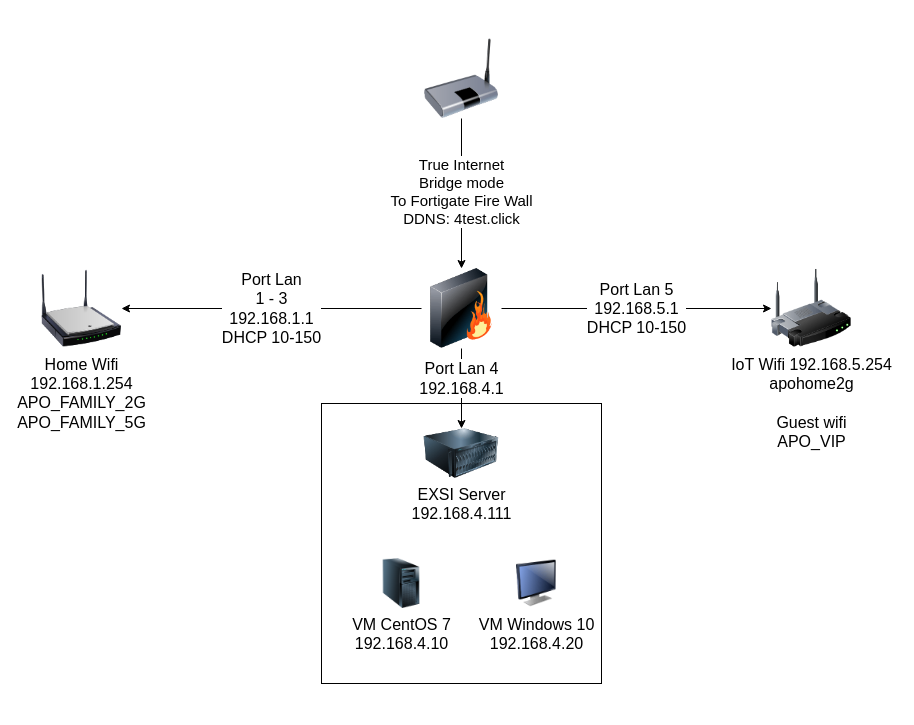
Earlier version of the draw.io diagram network.drawio (armkiti/testgit). Source tidied: cells renumbered, new cells numbered last; positions are measured from the earlier drawing's top-left corner, leaving out a move shared by most shapes. Both pictures are drawn from the tidied source at 100%, with x=0, y=0 at pixel (41, 38).
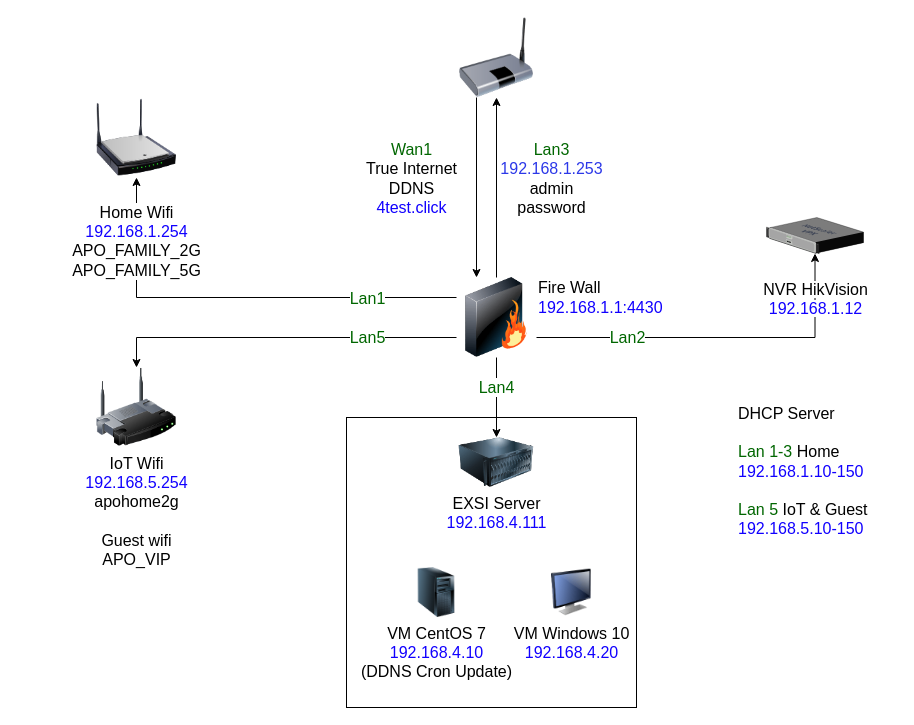
After the change.

The edit, as a diff of the source:
```diff
@@
 <mxGraphModel>
   <root>
     <mxCell id="0" />
     <mxCell id="1" parent="0" />
     <mxCell id="2" style="whiteSpace=wrap;html=1;fillColor=none;fontSize=16;" parent="1" vertex="1">
-      <mxGeometry x="280" y="365" width="280" height="280" as="geometry" />
+      <mxGeometry x="305" y="379" width="290" height="290" as="geometry" />
     </mxCell>
-    <mxCell id="3" value="&lt;font style=&quot;font-size: 16px;&quot;&gt;Port Lan &lt;br style=&quot;font-size: 16px;&quot;&gt;1 - 3&lt;br style=&quot;font-size: 16px;&quot;&gt;192.168.1.1&lt;br style=&quot;font-size: 16px;&quot;&gt;DHCP 10-150&lt;/font&gt;" style="edgeStyle=orthogonalEdgeStyle;rounded=0;jettySize=auto;html=1;fontSize=16;" parent="1" edge="1" source="6" target="9">
+    <mxCell id="3" style="edgeStyle=orthogonalEdgeStyle;rounded=0;jettySize=auto;html=1;fontSize=16;exitX=0;exitY=0.25;exitDx=0;exitDy=0;" parent="1" edge="1" source="6" target="9">
       <mxGeometry relative="1" as="geometry" />
     </mxCell>
+    <mxCell id="14" value="Lan1" style="edgeLabel;html=1;align=center;verticalAlign=middle;fontSize=16;fontColor=#006600;" parent="3" vertex="1">
+      <mxGeometry x="-0.1" y="1" relative="1" as="geometry">
+        <mxPoint x="108" y="-1" as="offset" />
+      </mxGeometry>
+    </mxCell>
-    <mxCell id="4" value="Port Lan 4&lt;br style=&quot;font-size: 16px;&quot;&gt;192.168.4.1" style="edgeStyle=none;rounded=0;jettySize=auto;html=1;fontSize=16;" parent="1" edge="1" source="6" target="10">
+    <mxCell id="4" value="&lt;font color=&quot;#006600&quot;&gt;Lan4&lt;br&gt;&lt;/font&gt;" style="edgeStyle=none;rounded=0;jettySize=auto;html=1;fontSize=16;" parent="1" edge="1" source="6" target="10">
       <mxGeometry x="-0.25" relative="1" as="geometry" />
     </mxCell>
+    <mxCell id="15" value="Lan2" style="edgeStyle=orthogonalEdgeStyle;rounded=0;jettySize=auto;html=1;exitX=1;exitY=0.75;exitDx=0;exitDy=0;fontSize=16;fontColor=#006600;" parent="1" edge="1" source="6" target="17">
+      <mxGeometry x="-0.5" relative="1" as="geometry" />
+    </mxCell>
+    <mxCell id="16" value="&lt;font color=&quot;#006600&quot;&gt;Lan3&lt;/font&gt;&lt;br&gt;&lt;font color=&quot;#2c38e8&quot;&gt;192.168.1.253&lt;/font&gt;&lt;br&gt;admin&lt;br&gt;password" style="edgeStyle=orthogonalEdgeStyle;rounded=0;jettySize=auto;html=1;exitX=0.5;exitY=0;exitDx=0;exitDy=0;entryX=0.5;entryY=1;entryDx=0;entryDy=0;fontSize=16;" parent="1" edge="1" source="6" target="8">
+      <mxGeometry x="0.1" y="-55" relative="1" as="geometry" />
+    </mxCell>
-    <mxCell id="5" value="Port Lan 5&lt;br style=&quot;font-size: 16px;&quot;&gt;192.168.5.1&lt;br style=&quot;font-size: 16px;&quot;&gt;DHCP 10-150" style="edgeStyle=none;rounded=0;jettySize=auto;html=1;fontSize=16;" parent="1" edge="1" source="6" target="13">
-      <mxGeometry relative="1" as="geometry" />
+    <mxCell id="5" value="Lan5" style="edgeStyle=orthogonalEdgeStyle;rounded=0;jettySize=auto;html=1;exitX=0;exitY=0.75;exitDx=0;exitDy=0;entryX=0.5;entryY=0;entryDx=0;entryDy=0;fontSize=16;fontColor=#006600;" parent="1" edge="1" source="6" target="13">
+      <mxGeometry x="-0.49" relative="1" as="geometry" />
     </mxCell>
-    <mxCell id="6" style="image;html=1;labelBackgroundColor=#ffffff;image=img/lib/clip_art/networking/Firewall_128x128.png;rounded=1;shadow=0;comic=0;strokeWidth=2;fontSize=16;labelPosition=right;verticalLabelPosition=middle;align=left;verticalAlign=middle;" parent="1" vertex="1">
-      <mxGeometry x="380" y="230" width="80" height="80" as="geometry" />
+    <mxCell id="6" value="Fire Wall&lt;br&gt;&lt;font color=&quot;#1100ff&quot;&gt;192.168.1.1:4430&lt;/font&gt;" style="image;html=1;labelBackgroundColor=#ffffff;image=img/lib/clip_art/networking/Firewall_128x128.png;rounded=1;shadow=0;comic=0;strokeWidth=2;fontSize=16;labelPosition=right;verticalLabelPosition=middle;align=left;verticalAlign=middle;spacingTop=-41;" parent="1" vertex="1">
+      <mxGeometry x="415" y="239" width="80" height="80" as="geometry" />
     </mxCell>
-    <mxCell id="7" style="edgeStyle=none;rounded=0;jettySize=auto;html=1;fontSize=16;" parent="1" edge="1" source="8" target="6">
-      <mxGeometry relative="1" as="geometry" />
+    <mxCell id="7" value="&lt;font color=&quot;#006600&quot;&gt;Wan1&lt;/font&gt;&lt;br&gt;True Internet&lt;br&gt;DDNS &lt;br&gt;&lt;font color=&quot;#1100ff&quot;&gt;4test.click&lt;/font&gt;" style="edgeStyle=orthogonalEdgeStyle;rounded=0;jettySize=auto;html=1;exitX=0.25;exitY=1;exitDx=0;exitDy=0;entryX=0.25;entryY=0;entryDx=0;entryDy=0;fontSize=16;" parent="1" edge="1" source="8" target="6">
+      <mxGeometry x="-0.1" y="-65" relative="1" as="geometry" />
     </mxCell>
-    <mxCell id="8" value="&lt;font style=&quot;font-size: 15px;&quot;&gt;True Internet&lt;br style=&quot;&quot;&gt;Bridge mode&lt;br&gt;To Fortigate Fire Wall&lt;br&gt;DDNS: 4test.click&lt;/font&gt;" style="image;html=1;image=img/lib/clip_art/networking/Bridge_128x128.png;fontSize=12;spacingTop=31;" parent="1" vertex="1">
-      <mxGeometry x="380" width="80" height="80" as="geometry" />
+    <mxCell id="8" style="image;html=1;image=img/lib/clip_art/networking/Bridge_128x128.png;fontSize=12;spacingTop=31;" parent="1" vertex="1">
+      <mxGeometry x="415" y="-21" width="80" height="80" as="geometry" />
     </mxCell>
-    <mxCell id="9" value="&lt;font style=&quot;font-size: 16px;&quot;&gt;Home Wifi &lt;br style=&quot;font-size: 16px;&quot;&gt;192.168.1.254&lt;br style=&quot;font-size: 16px;&quot;&gt;APO_FAMILY_2G&lt;br style=&quot;font-size: 16px;&quot;&gt;APO_FAMILY_5G&lt;/font&gt;" style="image;html=1;image=img/lib/clip_art/networking/Wireless_Router_N_128x128.png;fontSize=16;" parent="1" vertex="1">
-      <mxGeometry y="230" width="80" height="80" as="geometry" />
+    <mxCell id="9" value="&lt;font style=&quot;font-size: 16px;&quot;&gt;Home Wifi &lt;br style=&quot;font-size: 16px;&quot;&gt;&lt;font color=&quot;#1100ff&quot;&gt;192.168.1.254&lt;/font&gt;&lt;br style=&quot;font-size: 16px;&quot;&gt;APO_FAMILY_2G&lt;br style=&quot;font-size: 16px;&quot;&gt;APO_FAMILY_5G&lt;/font&gt;" style="image;html=1;image=img/lib/clip_art/networking/Wireless_Router_N_128x128.png;fontSize=16;spacingTop=19;" parent="1" vertex="1">
+      <mxGeometry x="55" y="59" width="80" height="80" as="geometry" />
     </mxCell>
-    <mxCell id="10" value="EXSI Server&lt;br style=&quot;font-size: 16px;&quot;&gt;192.168.4.111" style="image;html=1;image=img/lib/clip_art/computers/Server_128x128.png;fontSize=16;" parent="1" vertex="1">
-      <mxGeometry x="365" y="390" width="110" height="50" as="geometry" />
+    <mxCell id="10" value="EXSI Server&lt;br style=&quot;font-size: 16px;&quot;&gt;&lt;font color=&quot;#1100ff&quot;&gt;192.168.4.111&lt;/font&gt;" style="image;html=1;image=img/lib/clip_art/computers/Server_128x128.png;fontSize=16;" parent="1" vertex="1">
+      <mxGeometry x="400" y="399" width="110" height="50" as="geometry" />
     </mxCell>
-    <mxCell id="11" value="VM Windows 10&lt;br style=&quot;font-size: 16px;&quot;&gt;192.168.4.20" style="image;html=1;image=img/lib/clip_art/computers/Monitor_128x128.png;fillColor=none;fontSize=16;" parent="1" vertex="1">
-      <mxGeometry x="475" y="520" width="40" height="50" as="geometry" />
+    <mxCell id="11" value="VM Windows 10&lt;br style=&quot;font-size: 16px;&quot;&gt;&lt;font color=&quot;#1100ff&quot;&gt;192.168.4.20&lt;/font&gt;" style="image;html=1;image=img/lib/clip_art/computers/Monitor_128x128.png;fillColor=none;fontSize=16;" parent="1" vertex="1">
+      <mxGeometry x="510" y="529" width="40" height="50" as="geometry" />
     </mxCell>
-    <mxCell id="12" value="VM CentOS 7&lt;br style=&quot;font-size: 16px;&quot;&gt;192.168.4.10" style="image;html=1;image=img/lib/clip_art/computers/Server_Tower_128x128.png;fillColor=none;fontSize=16;" parent="1" vertex="1">
-      <mxGeometry x="340" y="520" width="40" height="50" as="geometry" />
+    <mxCell id="12" value="VM CentOS 7&lt;br style=&quot;font-size: 16px;&quot;&gt;&lt;font color=&quot;#1100ff&quot;&gt;192.168.4.10&lt;/font&gt;&lt;br&gt;(DDNS Cron Update)" style="image;html=1;image=img/lib/clip_art/computers/Server_Tower_128x128.png;fillColor=none;fontSize=16;" parent="1" vertex="1">
+      <mxGeometry x="375" y="529" width="40" height="50" as="geometry" />
     </mxCell>
-    <mxCell id="13" value="IoT Wifi 192.168.5.254&lt;br style=&quot;font-size: 16px;&quot;&gt;apohome2g&lt;br style=&quot;font-size: 16px;&quot;&gt;&lt;br style=&quot;font-size: 16px;&quot;&gt;Guest wifi&lt;br style=&quot;font-size: 16px;&quot;&gt;APO_VIP" style="image;html=1;image=img/lib/clip_art/networking/Wireless_Router_128x128.png;fontSize=16;fillColor=none;" parent="1" vertex="1">
-      <mxGeometry x="730" y="230" width="80" height="80" as="geometry" />
+    <mxCell id="13" value="IoT Wifi &lt;br&gt;&lt;font color=&quot;#1100ff&quot;&gt;192.168.5.254&lt;/font&gt;&lt;br style=&quot;font-size: 16px;&quot;&gt;apohome2g&lt;br style=&quot;font-size: 16px;&quot;&gt;&lt;br style=&quot;font-size: 16px;&quot;&gt;Guest wifi&lt;br style=&quot;font-size: 16px;&quot;&gt;APO_VIP" style="image;html=1;image=img/lib/clip_art/networking/Wireless_Router_128x128.png;fontSize=16;fillColor=none;" parent="1" vertex="1">
+      <mxGeometry x="55" y="329" width="80" height="80" as="geometry" />
     </mxCell>
+    <mxCell id="17" value="&lt;span style=&quot;background-color: rgb(255, 255, 255);&quot;&gt;NVR HikVision&lt;br&gt;&lt;font color=&quot;#1100ff&quot;&gt;192.168.1.12&lt;/font&gt;&lt;/span&gt;" style="verticalLabelPosition=bottom;sketch=0;html=1;verticalAlign=top;strokeColor=none;align=center;outlineConnect=0;shape=mxgraph.citrix.netscaler_vpx;fontSize=16;spacingTop=20;" parent="1" vertex="1">
+      <mxGeometry x="725" y="179" width="97" height="36" as="geometry" />
+    </mxCell>
+    <mxCell id="18" value="&lt;font color=&quot;#000000&quot;&gt;DHCP Server&lt;br&gt;&lt;/font&gt;&lt;br&gt;Lan 1-3 &lt;font color=&quot;#000000&quot;&gt;Home&lt;/font&gt;&lt;br&gt;&lt;font color=&quot;#1100ff&quot;&gt;192.168.1.10-150&lt;/font&gt;&lt;br&gt;&lt;br&gt;Lan 5 &lt;font color=&quot;#000000&quot;&gt;IoT &amp;amp; Guest&lt;/font&gt;&lt;br&gt;&lt;font color=&quot;#1100ff&quot;&gt;192.168.5.10-150&lt;/font&gt;" style="text;html=1;strokeColor=none;fillColor=none;align=left;verticalAlign=top;whiteSpace=wrap;rounded=0;fontSize=16;fontColor=#006600;horizontal=1;" parent="1" vertex="1">
+      <mxGeometry x="695" y="359" width="160" height="141" as="geometry" />
+    </mxCell>
   </root>
 </mxGraphModel>
```
